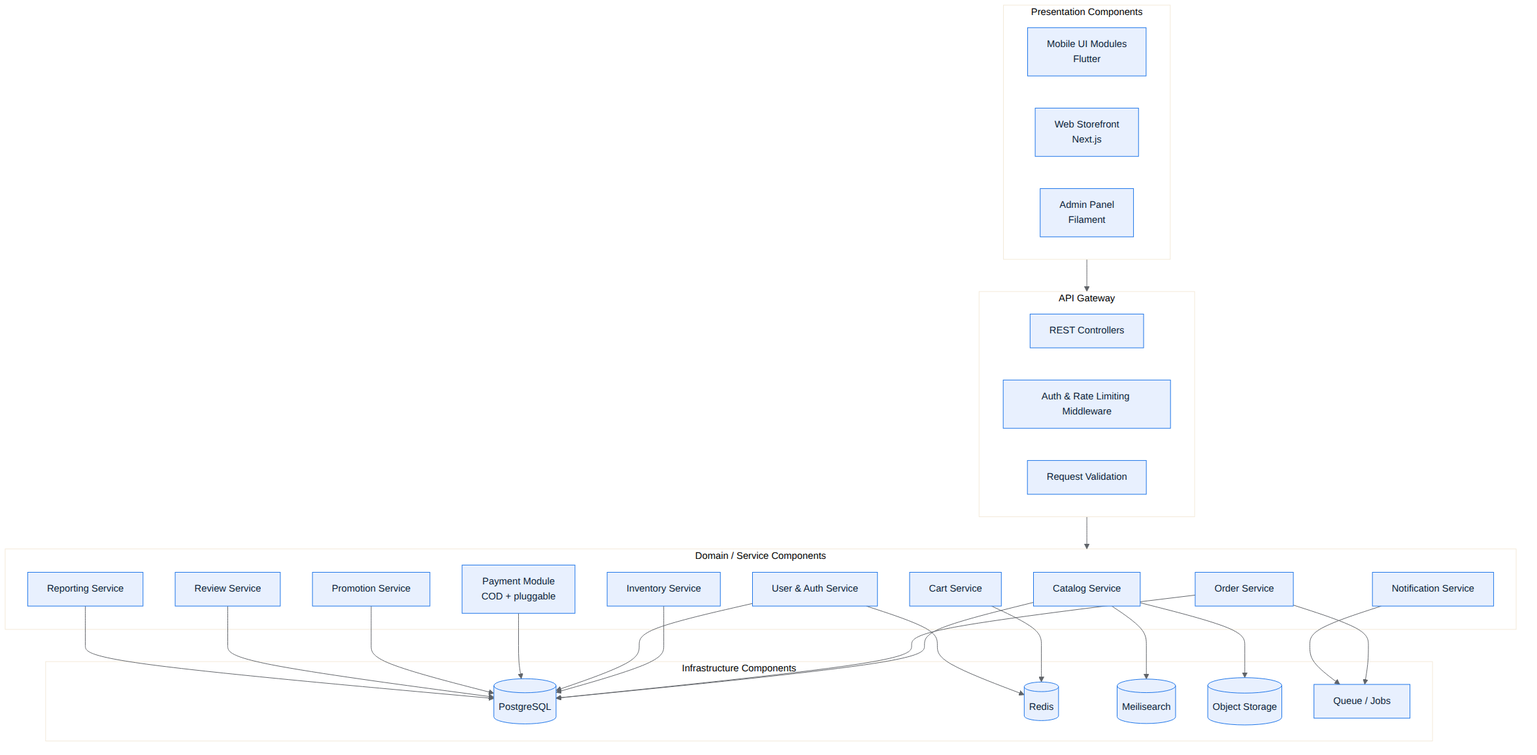
haideraljiryawe/Shubayr keeps this Mermaid diagram as docs/diagrams/10_Component.png. Above is the earlier version. Its source is kept beside it as docs/diagrams/10_Component.mmd.
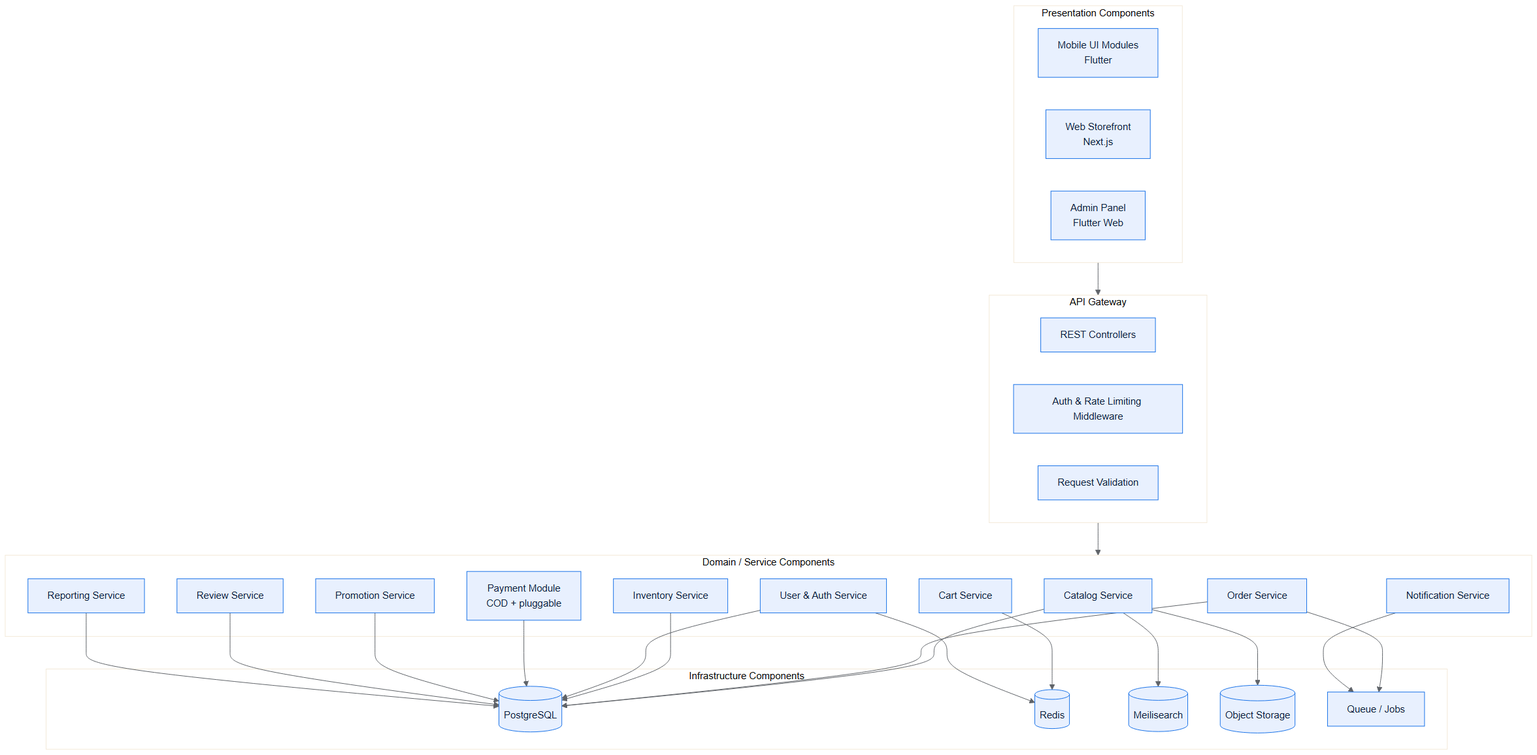
The same diagram one commit later.

Diff of the diagram source:
```diff
@@ -2,7 +2,7 @@
   subgraph Frontend["Presentation Components"]
     F1[Mobile UI Modules<br/>Flutter]
     F2[Web Storefront<br/>Next.js]
-    F3[Admin Panel<br/>Filament]
+    F3[Admin Panel<br/>Flutter Web]
   end
   subgraph Gateway["API Gateway"]
     G1[REST Controllers]
```
